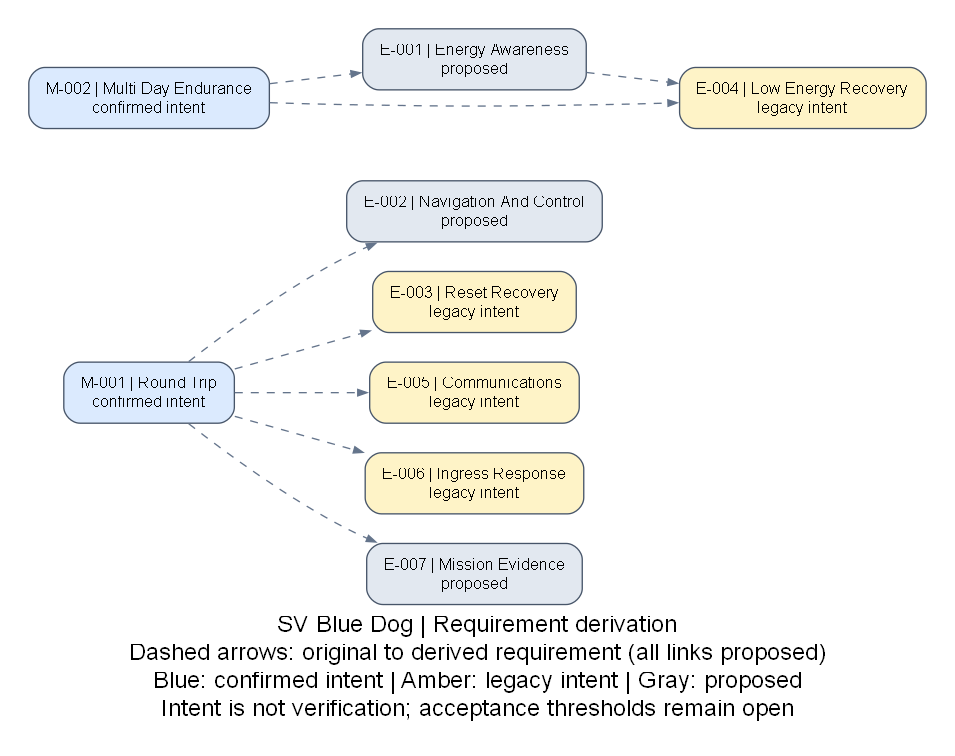
Above: docs/figures/requirements-derivation.png in DavidIngraham/sv-blue-dog (Graphviz), before the change. Its source is kept beside it as docs/figures/requirements-derivation.dot. Source of this version:
```dot
digraph Requirements {
graph [rankdir=LR, bgcolor="white", pad=0.3, nodesep=0.3, ranksep=0.8,
 fontname="Arial", fontsize=18, labelloc=t, label="SV Blue Dog | Requirement derivation"];
node [shape=box, style="rounded,filled", fontname="Arial", fontsize=12, color="#475569", margin="0.18,0.12"];
edge [color="#64748b", style=dashed, arrowsize=0.7];
"roundTrip" [label="M-001 | Round Trip\nconfirmed intent", fillcolor="#dbeafe"];
"multiDayEndurance" [label="M-002 | Multi Day Endurance\nconfirmed intent", fillcolor="#dbeafe"];
"energyAwareness" [label="E-001 | Energy Awareness\nproposed", fillcolor="#e2e8f0"];
"navigationAndControl" [label="E-002 | Navigation And Control\nproposed", fillcolor="#e2e8f0"];
"resetRecovery" [label="E-003 | Reset Recovery\nlegacy intent", fillcolor="#fef3c7"];
"lowEnergyRecovery" [label="E-004 | Low Energy Recovery\nlegacy intent", fillcolor="#fef3c7"];
"communications" [label="E-005 | Communications\nlegacy intent", fillcolor="#fef3c7"];
"ingressResponse" [label="E-006 | Ingress Response\nlegacy intent", fillcolor="#fef3c7"];
"missionEvidence" [label="E-007 | Mission Evidence\nproposed", fillcolor="#e2e8f0"];
"roundTrip" -> "navigationAndControl" [tooltip="PROPOSED: Autonomous completion of the route needs observations, guidance, and actuation."];
"roundTrip" -> "resetRecovery" [tooltip="PROPOSED: A reset during an autonomous journey must not leave mission behavior undefined."];
"roundTrip" -> "communications" [tooltip="PROPOSED: Mission supervision and recovery need an agreed operator communication policy."];
"roundTrip" -> "ingressResponse" [tooltip="PROPOSED: Recovering the boat after the journey motivates a defined response to small leaks."];
"roundTrip" -> "missionEvidence" [tooltip="PROPOSED: Assessing route completion and learning from the mission requires recorded evidence."];
"multiDayEndurance" -> "energyAwareness" [tooltip="PROPOSED: Multi-day operation with variable harvesting needs energy estimation and load management."];
"multiDayEndurance" -> "lowEnergyRecovery" [tooltip="PROPOSED: Harvest shortfalls need an explicit degraded operating mode."];
"energyAwareness" -> "lowEnergyRecovery" [tooltip="PROPOSED: Available-energy estimates and reserve policy must drive low-energy transitions."];
labelloc=b; label="SV Blue Dog | Requirement derivation\nDashed arrows: original to derived requirement (all links proposed)\nBlue: confirmed intent | Amber: legacy intent | Gray: proposed\nIntent is not verification; acceptance thresholds remain open";
}
```
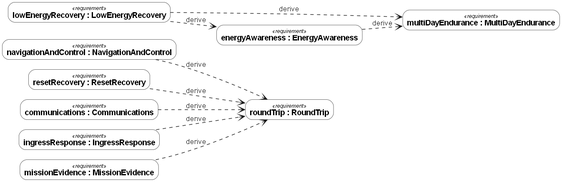
After the change.

Commit message:
Render requirements with a native OpenSysML view

The edit, as a diff of the source:
```diff
@@ -1,24 +1,22 @@
-digraph Requirements {
-graph [rankdir=LR, bgcolor="white", pad=0.3, nodesep=0.3, ranksep=0.8,
- fontname="Arial", fontsize=18, labelloc=t, label="SV Blue Dog | Requirement derivation"];
-node [shape=box, style="rounded,filled", fontname="Arial", fontsize=12, color="#475569", margin="0.18,0.12"];
-edge [color="#64748b", style=dashed, arrowsize=0.7];
-"roundTrip" [label="M-001 | Round Trip\nconfirmed intent", fillcolor="#dbeafe"];
-"multiDayEndurance" [label="M-002 | Multi Day Endurance\nconfirmed intent", fillcolor="#dbeafe"];
-"energyAwareness" [label="E-001 | Energy Awareness\nproposed", fillcolor="#e2e8f0"];
-"navigationAndControl" [label="E-002 | Navigation And Control\nproposed", fillcolor="#e2e8f0"];
-"resetRecovery" [label="E-003 | Reset Recovery\nlegacy intent", fillcolor="#fef3c7"];
-"lowEnergyRecovery" [label="E-004 | Low Energy Recovery\nlegacy intent", fillcolor="#fef3c7"];
-"communications" [label="E-005 | Communications\nlegacy intent", fillcolor="#fef3c7"];
-"ingressResponse" [label="E-006 | Ingress Response\nlegacy intent", fillcolor="#fef3c7"];
-"missionEvidence" [label="E-007 | Mission Evidence\nproposed", fillcolor="#e2e8f0"];
-"roundTrip" -> "navigationAndControl" [tooltip="PROPOSED: Autonomous completion of the route needs observations, guidance, and actuation."];
-"roundTrip" -> "resetRecovery" [tooltip="PROPOSED: A reset during an autonomous journey must not leave mission behavior undefined."];
-"roundTrip" -> "communications" [tooltip="PROPOSED: Mission supervision and recovery need an agreed operator communication policy."];
-"roundTrip" -> "ingressResponse" [tooltip="PROPOSED: Recovering the boat after the journey motivates a defined response to small leaks."];
-"roundTrip" -> "missionEvidence" [tooltip="PROPOSED: Assessing route completion and learning from the mission requires recorded evidence."];
-"multiDayEndurance" -> "energyAwareness" [tooltip="PROPOSED: Multi-day operation with variable harvesting needs energy estimation and load management."];
-"multiDayEndurance" -> "lowEnergyRecovery" [tooltip="PROPOSED: Harvest shortfalls need an explicit degraded operating mode."];
-"energyAwareness" -> "lowEnergyRecovery" [tooltip="PROPOSED: Available-energy estimates and reserve policy must drive low-energy transitions."];
-labelloc=b; label="SV Blue Dog | Requirement derivation\nDashed arrows: original to derived requirement (all links proposed)\nBlue: confirmed intent | Amber: legacy intent | Gray: proposed\nIntent is not verification; acceptance thresholds remain open";
+digraph "BlueDogViews::requirements" {
+  graph [fontname="Helvetica"];
+  node [shape=box, style=filled, fillcolor=white, color="#181818", fontname="Helvetica", fontsize=14, penwidth=0.5];
+  edge [color="#181818", fontname="Helvetica", fontsize=13, penwidth=1];
+  "n0" [style="rounded,filled", label=<<font point-size="10"><i>«requirement»</i></font><br/><b>roundTrip : RoundTrip</b>>];
+  "n1" [style="rounded,filled", label=<<font point-size="10"><i>«requirement»</i></font><br/><b>multiDayEndurance : MultiDayEndurance</b>>];
+  "n2" [style="rounded,filled", label=<<font point-size="10"><i>«requirement»</i></font><br/><b>energyAwareness : EnergyAwareness</b>>];
+  "n3" [style="rounded,filled", label=<<font point-size="10"><i>«requirement»</i></font><br/><b>navigationAndControl : NavigationAndControl</b>>];
+  "n4" [style="rounded,filled", label=<<font point-size="10"><i>«requirement»</i></font><br/><b>resetRecovery : ResetRecovery</b>>];
+  "n5" [style="rounded,filled", label=<<font point-size="10"><i>«requirement»</i></font><br/><b>lowEnergyRecovery : LowEnergyRecovery</b>>];
+  "n6" [style="rounded,filled", label=<<font point-size="10"><i>«requirement»</i></font><br/><b>communications : Communications</b>>];
+  "n7" [style="rounded,filled", label=<<font point-size="10"><i>«requirement»</i></font><br/><b>ingressResponse : IngressResponse</b>>];
+  "n8" [style="rounded,filled", label=<<font point-size="10"><i>«requirement»</i></font><br/><b>missionEvidence : MissionEvidence</b>>];
+  "n3" -> "n0" [label="derive", arrowhead=vee, style=dashed];
+  "n4" -> "n0" [label="derive", arrowhead=vee, style=dashed];
+  "n6" -> "n0" [label="derive", arrowhead=vee, style=dashed];
+  "n7" -> "n0" [label="derive", arrowhead=vee, style=dashed];
+  "n8" -> "n0" [label="derive", arrowhead=vee, style=dashed];
+  "n2" -> "n1" [label="derive", arrowhead=vee, style=dashed];
+  "n5" -> "n1" [label="derive", arrowhead=vee, style=dashed];
+  "n5" -> "n2" [label="derive", arrowhead=vee, style=dashed];
 }
```
